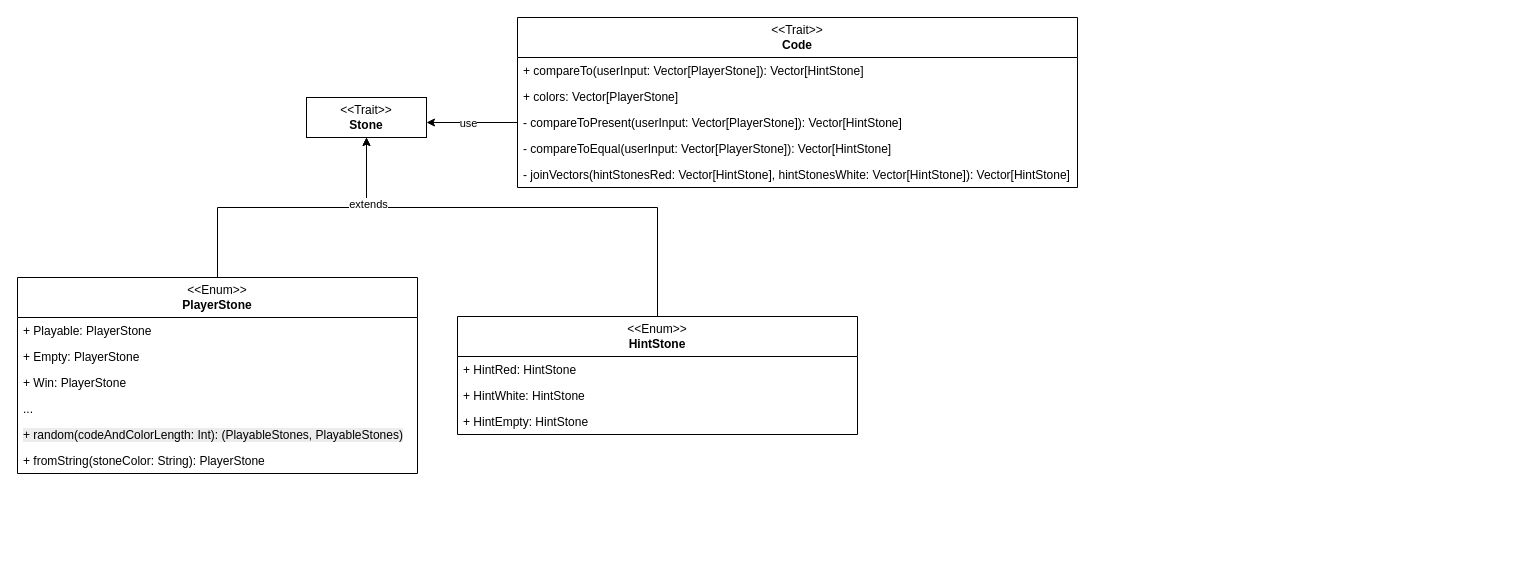
This is page "Pagina-11" (11 of 15) of mastermind.drawio from Totti00/PPS-22-mastermind, a draw.io file, before an edit. Source tidied: cells renumbered, new cells numbered last; positions are measured from the earlier drawing's top-left corner, leaving out a move shared by most shapes. Both pictures are drawn from the tidied source at 100%, with x=0, y=0 at pixel (17, 17).
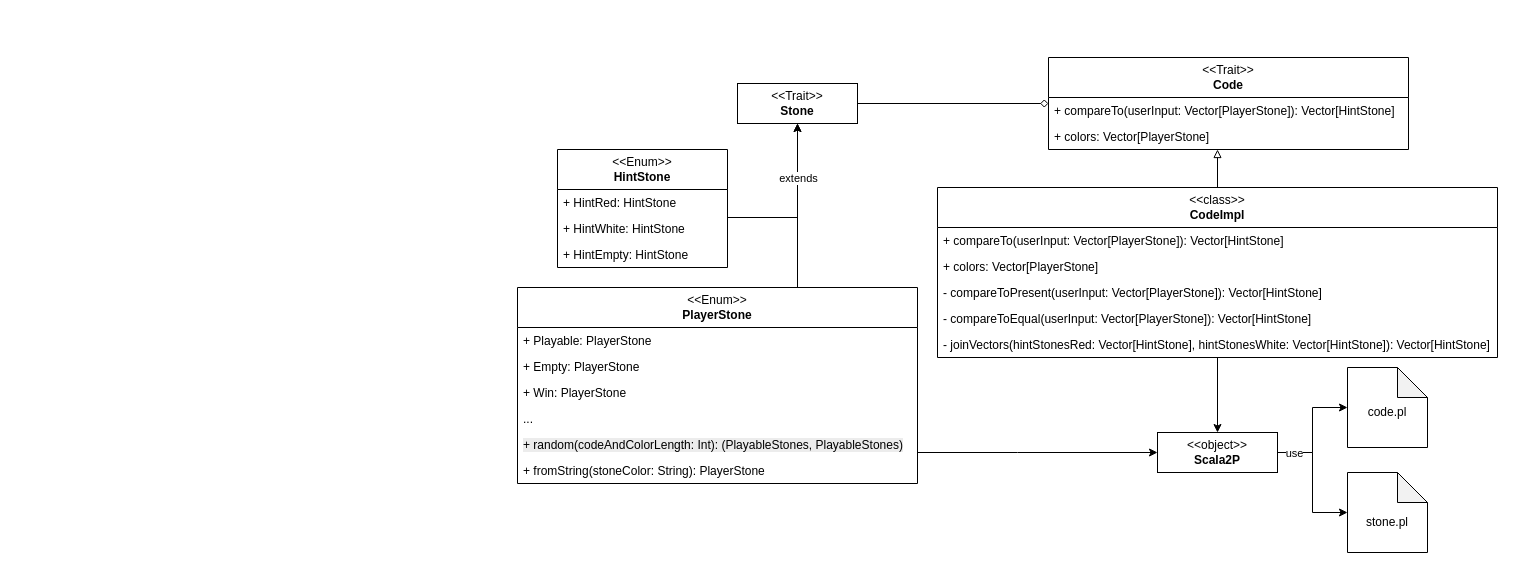
After the change.

What changed in the source:
```diff
@@
     <mxCell id="2" value="&amp;lt;&amp;lt;Trait&amp;gt;&amp;gt;&lt;div&gt;&lt;b&gt;Code&lt;/b&gt;&lt;/div&gt;" style="swimlane;fontStyle=0;horizontal=1;startSize=40;fillColor=none;whiteSpace=wrap;html=1;" parent="1" vertex="1">
-      <mxGeometry x="500" width="560" height="170" as="geometry" />
+      <mxGeometry x="1031" y="40" width="360" height="92" as="geometry" />
     </mxCell>
     <mxCell id="3" value="+ compareTo(userInput: Vector[PlayerStone]): Vector[HintStone]" style="text;strokeColor=none;fillColor=none;align=left;verticalAlign=top;spacingLeft=4;spacingRight=4;overflow=hidden;whiteSpace=wrap;html=1;" parent="2" vertex="1">
-      <mxGeometry y="40" width="560" height="26" as="geometry" />
+      <mxGeometry y="40" width="360" height="26" as="geometry" />
     </mxCell>
     <mxCell id="4" value="+ colors: Vector[PlayerStone]" style="text;strokeColor=none;fillColor=none;align=left;verticalAlign=top;spacingLeft=4;spacingRight=4;overflow=hidden;whiteSpace=wrap;html=1;" parent="2" vertex="1">
-      <mxGeometry y="66" width="560" height="26" as="geometry" />
+      <mxGeometry y="66" width="360" height="26" as="geometry" />
     </mxCell>
-    <mxCell id="5" value="- compareToPresent(userInput: Vector[PlayerStone]): Vector[HintStone]" style="text;strokeColor=none;fillColor=none;align=left;verticalAlign=top;spacingLeft=4;spacingRight=4;overflow=hidden;points=[[0,0.5],[1,0.5]];portConstraint=eastwest;whiteSpace=wrap;html=1;" parent="2" vertex="1">
-      <mxGeometry y="92" width="560" height="26" as="geometry" />
-    </mxCell>
-    <mxCell id="6" value="- compareToEqual(userInput: Vector[PlayerStone]): Vector[HintStone]" style="text;strokeColor=none;fillColor=none;align=left;verticalAlign=top;spacingLeft=4;spacingRight=4;overflow=hidden;whiteSpace=wrap;html=1;" parent="2" vertex="1">
-      <mxGeometry y="118" width="560" height="26" as="geometry" />
-    </mxCell>
-    <mxCell id="7" value="- joinVectors(hintStonesRed: Vector[HintStone], hintStonesWhite: Vector[HintStone]): Vector[HintStone]" style="text;strokeColor=none;fillColor=none;align=left;verticalAlign=top;spacingLeft=4;spacingRight=4;overflow=hidden;whiteSpace=wrap;html=1;" parent="2" vertex="1">
-      <mxGeometry y="144" width="560" height="26" as="geometry" />
-    </mxCell>
+    <mxCell id="25" style="edgeStyle=orthogonalEdgeStyle;rounded=0;jettySize=auto;html=1;endArrow=diamond;endFill=0;" parent="1" edge="1" source="8" target="2">
+      <mxGeometry relative="1" as="geometry" />
+    </mxCell>
     <mxCell id="8" value="&amp;lt;&amp;lt;Trait&amp;gt;&amp;gt;&lt;div&gt;&lt;b&gt;Stone&lt;/b&gt;&lt;/div&gt;" style="rounded=0;whiteSpace=wrap;html=1;" parent="1" vertex="1">
-      <mxGeometry x="289" y="80" width="120" height="40" as="geometry" />
+      <mxGeometry x="720" y="66" width="120" height="40" as="geometry" />
     </mxCell>
+    <mxCell id="26" style="edgeStyle=orthogonalEdgeStyle;rounded=0;jettySize=auto;html=1;" parent="1" edge="1" source="10" target="29">
+      <mxGeometry relative="1" as="geometry">
+        <Array as="points">
+          <mxPoint x="1000" y="435" />
+          <mxPoint x="1000" y="435" />
+        </Array>
+      </mxGeometry>
+    </mxCell>
     <mxCell id="9" style="edgeStyle=orthogonalEdgeStyle;rounded=0;jettySize=auto;html=1;" parent="1" edge="1" source="10" target="8">
-      <mxGeometry relative="1" as="geometry" />
+      <mxGeometry relative="1" as="geometry">
+        <Array as="points">
+          <mxPoint x="780" y="170" />
+          <mxPoint x="780" y="170" />
+        </Array>
+      </mxGeometry>
     </mxCell>
     <mxCell id="10" value="&amp;lt;&amp;lt;Enum&amp;gt;&amp;gt;&lt;div&gt;&lt;b&gt;PlayerStone&lt;/b&gt;&lt;/div&gt;" style="swimlane;fontStyle=0;horizontal=1;startSize=40;fillColor=none;whiteSpace=wrap;html=1;" parent="1" vertex="1">
-      <mxGeometry y="260" width="400" height="196" as="geometry" />
+      <mxGeometry x="500" y="270" width="400" height="196" as="geometry" />
     </mxCell>
@@
     <mxCell id="17" style="edgeStyle=orthogonalEdgeStyle;rounded=0;jettySize=auto;html=1;" parent="1" edge="1" source="19" target="8">
       <mxGeometry relative="1" as="geometry">
         <Array as="points">
-          <mxPoint x="640" y="190" />
-          <mxPoint x="349" y="190" />
+          <mxPoint x="680" y="200" />
+          <mxPoint x="680" y="200" />
         </Array>
       </mxGeometry>
     </mxCell>
     <mxCell id="18" value="extends" style="edgeLabel;html=1;align=center;verticalAlign=middle;" parent="17" vertex="1">
-      <mxGeometry x="0.52" y="-4" relative="1" as="geometry">
-        <mxPoint x="-42" as="offset" />
+      <mxGeometry x="0.32" y="-3" relative="1" as="geometry">
+        <mxPoint x="-3" y="-2" as="offset" />
       </mxGeometry>
     </mxCell>
     <mxCell id="19" value="&amp;lt;&amp;lt;Enum&amp;gt;&amp;gt;&lt;div&gt;&lt;b&gt;HintStone&lt;/b&gt;&lt;/div&gt;" style="swimlane;fontStyle=0;horizontal=1;startSize=40;fillColor=none;whiteSpace=wrap;html=1;" parent="1" vertex="1">
-      <mxGeometry x="440" y="299" width="400" height="118" as="geometry" />
+      <mxGeometry x="540" y="132" width="170" height="118" as="geometry" />
     </mxCell>
     <mxCell id="20" value="+ HintRed: HintStone" style="text;strokeColor=none;fillColor=none;align=left;verticalAlign=top;spacingLeft=4;spacingRight=4;overflow=hidden;whiteSpace=wrap;html=1;" parent="19" vertex="1">
-      <mxGeometry y="40" width="400" height="26" as="geometry" />
+      <mxGeometry y="40" width="170" height="26" as="geometry" />
     </mxCell>
     <mxCell id="21" value="+ HintWhite: HintStone" style="text;strokeColor=none;fillColor=none;align=left;verticalAlign=top;spacingLeft=4;spacingRight=4;overflow=hidden;whiteSpace=wrap;html=1;" parent="19" vertex="1">
-      <mxGeometry y="66" width="400" height="26" as="geometry" />
+      <mxGeometry y="66" width="170" height="26" as="geometry" />
     </mxCell>
     <mxCell id="22" value="+ HintEmpty: HintStone" style="text;strokeColor=none;fillColor=none;align=left;verticalAlign=top;spacingLeft=4;spacingRight=4;overflow=hidden;whiteSpace=wrap;html=1;" parent="19" vertex="1">
-      <mxGeometry y="92" width="400" height="26" as="geometry" />
+      <mxGeometry y="92" width="170" height="26" as="geometry" />
     </mxCell>
-    <mxCell id="23" style="edgeStyle=orthogonalEdgeStyle;rounded=0;jettySize=auto;html=1;" parent="1" edge="1" source="5" target="8">
-      <mxGeometry relative="1" as="geometry">
-        <Array as="points">
-          <mxPoint x="700" y="100" />
-          <mxPoint x="700" y="100" />
-        </Array>
-      </mxGeometry>
-    </mxCell>
+    <mxCell id="27" style="edgeStyle=orthogonalEdgeStyle;rounded=0;jettySize=auto;html=1;" parent="1" edge="1" source="29" target="32">
+      <mxGeometry relative="1" as="geometry" />
+    </mxCell>
+    <mxCell id="28" style="edgeStyle=orthogonalEdgeStyle;rounded=0;jettySize=auto;html=1;" parent="1" edge="1" source="29" target="30">
+      <mxGeometry relative="1" as="geometry" />
+    </mxCell>
-    <mxCell id="24" value="use" style="edgeLabel;html=1;align=center;verticalAlign=middle;" parent="23" vertex="1">
-      <mxGeometry x="0.1" relative="1" as="geometry" />
+    <mxCell id="24" value="use" style="edgeLabel;html=1;align=center;verticalAlign=middle;" parent="28" vertex="1">
+      <mxGeometry x="-0.73" relative="1" as="geometry" />
     </mxCell>
+    <mxCell id="29" value="&amp;lt;&amp;lt;object&amp;gt;&amp;gt;&lt;div&gt;&lt;b&gt;Scala2P&lt;/b&gt;&lt;/div&gt;" style="rounded=0;whiteSpace=wrap;html=1;" parent="1" vertex="1">
+      <mxGeometry x="1140" y="415" width="120" height="40" as="geometry" />
+    </mxCell>
+    <mxCell id="30" style="shape=note;whiteSpace=wrap;html=1;backgroundOutline=1;darkOpacity=0.05;" parent="1" vertex="1">
+      <mxGeometry x="1330" y="350" width="80" height="80" as="geometry" />
+    </mxCell>
+    <mxCell id="31" value="code.pl" style="text;html=1;align=center;verticalAlign=middle;whiteSpace=wrap;rounded=0;" parent="1" vertex="1">
+      <mxGeometry x="1340" y="380" width="60" height="30" as="geometry" />
+    </mxCell>
+    <mxCell id="32" style="shape=note;whiteSpace=wrap;html=1;backgroundOutline=1;darkOpacity=0.05;" parent="1" vertex="1">
+      <mxGeometry x="1330" y="455" width="80" height="80" as="geometry" />
+    </mxCell>
+    <mxCell id="33" value="stone.pl" style="text;html=1;align=center;verticalAlign=middle;whiteSpace=wrap;rounded=0;" parent="1" vertex="1">
+      <mxGeometry x="1340" y="490" width="60" height="30" as="geometry" />
+    </mxCell>
+    <mxCell id="34" style="edgeStyle=orthogonalEdgeStyle;rounded=0;jettySize=auto;html=1;endArrow=block;endFill=0;" parent="1" edge="1" source="36" target="2">
+      <mxGeometry relative="1" as="geometry">
+        <Array as="points">
+          <mxPoint x="1130" y="46" />
+          <mxPoint x="1130" y="46" />
+        </Array>
+      </mxGeometry>
+    </mxCell>
+    <mxCell id="35" style="edgeStyle=orthogonalEdgeStyle;rounded=0;jettySize=auto;html=1;" parent="1" edge="1" source="36" target="29">
+      <mxGeometry relative="1" as="geometry" />
+    </mxCell>
+    <mxCell id="36" value="&amp;lt;&amp;lt;class&amp;gt;&amp;gt;&lt;div&gt;&lt;b&gt;CodeImpl&lt;/b&gt;&lt;/div&gt;" style="swimlane;fontStyle=0;horizontal=1;startSize=40;fillColor=none;whiteSpace=wrap;html=1;" parent="1" vertex="1">
+      <mxGeometry x="920" y="170" width="560" height="170" as="geometry" />
+    </mxCell>
+    <mxCell id="37" value="+ compareTo(userInput: Vector[PlayerStone]): Vector[HintStone]" style="text;strokeColor=none;fillColor=none;align=left;verticalAlign=top;spacingLeft=4;spacingRight=4;overflow=hidden;whiteSpace=wrap;html=1;" parent="36" vertex="1">
+      <mxGeometry y="40" width="560" height="26" as="geometry" />
+    </mxCell>
+    <mxCell id="38" value="+ colors: Vector[PlayerStone]" style="text;strokeColor=none;fillColor=none;align=left;verticalAlign=top;spacingLeft=4;spacingRight=4;overflow=hidden;whiteSpace=wrap;html=1;" parent="36" vertex="1">
+      <mxGeometry y="66" width="560" height="26" as="geometry" />
+    </mxCell>
+    <mxCell id="5" value="- compareToPresent(userInput: Vector[PlayerStone]): Vector[HintStone]" style="text;strokeColor=none;fillColor=none;align=left;verticalAlign=top;spacingLeft=4;spacingRight=4;overflow=hidden;points=[[0,0.5],[1,0.5]];portConstraint=eastwest;whiteSpace=wrap;html=1;" parent="36" vertex="1">
+      <mxGeometry y="92" width="560" height="26" as="geometry" />
+    </mxCell>
+    <mxCell id="6" value="- compareToEqual(userInput: Vector[PlayerStone]): Vector[HintStone]" style="text;strokeColor=none;fillColor=none;align=left;verticalAlign=top;spacingLeft=4;spacingRight=4;overflow=hidden;whiteSpace=wrap;html=1;" parent="36" vertex="1">
+      <mxGeometry y="118" width="560" height="26" as="geometry" />
+    </mxCell>
+    <mxCell id="7" value="- joinVectors(hintStonesRed: Vector[HintStone], hintStonesWhite: Vector[HintStone]): Vector[HintStone]" style="text;strokeColor=none;fillColor=none;align=left;verticalAlign=top;spacingLeft=4;spacingRight=4;overflow=hidden;whiteSpace=wrap;html=1;" parent="36" vertex="1">
+      <mxGeometry y="144" width="560" height="26" as="geometry" />
+    </mxCell>
```
